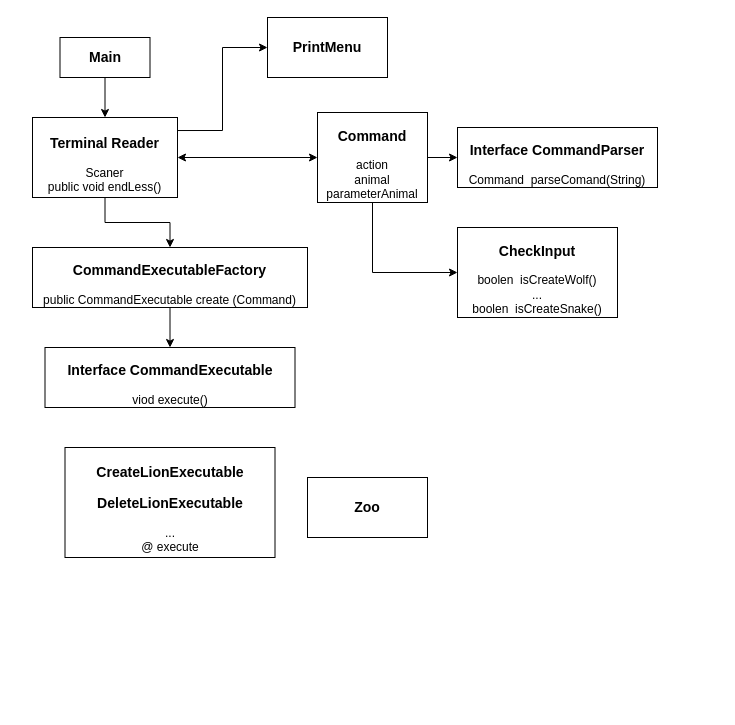
The draw.io diagram HomeWork02/Drawio.drawio in Den-m1985/OOP_GB_Java, before the edit. Source tidied: cells renumbered, new cells numbered last; positions are measured from the earlier drawing's top-left corner, leaving out a move shared by most shapes. Both pictures are drawn from the tidied source at 100%, with x=0, y=0 at pixel (32, 17).
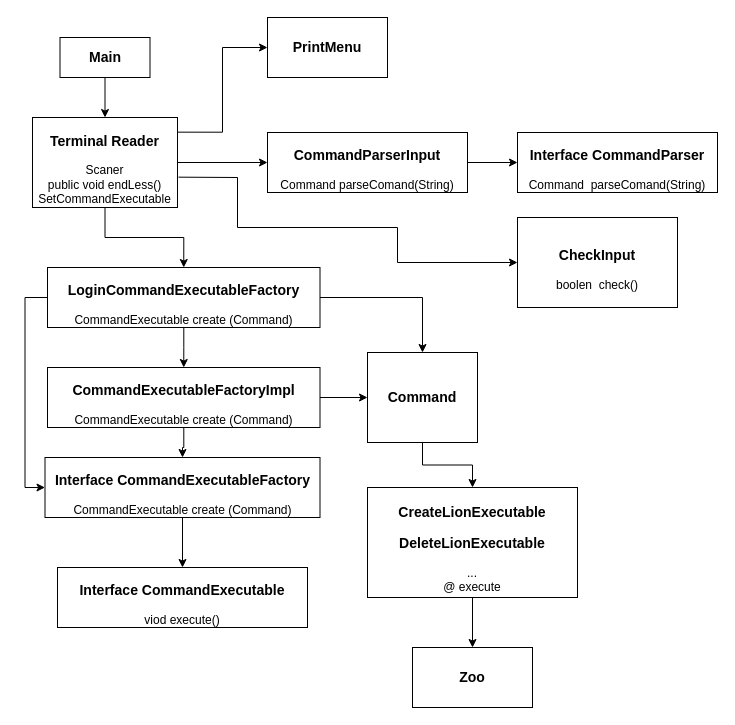
Above is the later version.

Diff of the diagram source:
```diff
@@
-    <mxCell id="4" style="edgeStyle=orthogonalEdgeStyle;rounded=0;jettySize=auto;html=1;entryX=0.5;entryY=0;entryDx=0;entryDy=0;fontColor=#000000;" parent="1" edge="1" source="6" target="9">
-      <mxGeometry relative="1" as="geometry" />
-    </mxCell>
@@
+    <mxCell id="19" style="edgeStyle=orthogonalEdgeStyle;rounded=0;jettySize=auto;html=1;entryX=0.5;entryY=0;entryDx=0;entryDy=0;fontSize=14;" parent="1" edge="1" source="6" target="29">
+      <mxGeometry relative="1" as="geometry" />
+    </mxCell>
+    <mxCell id="20" style="edgeStyle=orthogonalEdgeStyle;rounded=0;jettySize=auto;html=1;entryX=0;entryY=0.5;entryDx=0;entryDy=0;" parent="1" edge="1" source="6" target="24">
+      <mxGeometry relative="1" as="geometry" />
+    </mxCell>
-    <mxCell id="6" value="&lt;h3&gt;Terminal Reader&lt;/h3&gt;Scaner&lt;br&gt;public void endLess()" style="rounded=0;whiteSpace=wrap;html=1;" parent="1" vertex="1">
-      <mxGeometry y="100" width="145" height="80" as="geometry" />
+    <mxCell id="6" value="&lt;h3&gt;Terminal Reader&lt;/h3&gt;Scaner&lt;br&gt;public void endLess()&lt;br&gt;SetCommandExecutable" style="rounded=0;whiteSpace=wrap;html=1;" parent="1" vertex="1">
+      <mxGeometry y="100" width="145" height="90" as="geometry" />
     </mxCell>
     <mxCell id="7" value="&lt;h3&gt;Interface CommandParser&lt;/h3&gt;Command&amp;nbsp; parseComand(String)" style="rounded=0;whiteSpace=wrap;html=1;fontColor=#000000;" parent="1" vertex="1">
-      <mxGeometry x="425" y="110" width="200" height="60" as="geometry" />
+      <mxGeometry x="485" y="115" width="200" height="60" as="geometry" />
     </mxCell>
@@
-    <mxCell id="9" value="&lt;h3&gt;CommandExecutableFactory&lt;/h3&gt;public CommandExecutable create (Command)" style="rounded=0;whiteSpace=wrap;html=1;fontColor=#000000;" parent="1" vertex="1">
-      <mxGeometry y="230" width="275" height="60" as="geometry" />
+    <mxCell id="9" value="&lt;h3 style=&quot;font-size: 14px;&quot;&gt;&lt;span style=&quot;background-color: initial;&quot;&gt;Interface&lt;/span&gt;&amp;nbsp;CommandExecutableFactory&lt;/h3&gt;CommandExecutable create (Command)" style="rounded=0;whiteSpace=wrap;html=1;fontColor=#000000;" parent="1" vertex="1">
+      <mxGeometry x="12.5" y="440" width="275" height="60" as="geometry" />
     </mxCell>
     <mxCell id="10" value="&lt;h3&gt;Interface CommandExecutable&lt;/h3&gt;viod execute()" style="rounded=0;whiteSpace=wrap;html=1;fontColor=#000000;" parent="1" vertex="1">
-      <mxGeometry x="12.5" y="330" width="250" height="60" as="geometry" />
+      <mxGeometry x="25" y="550" width="250" height="60" as="geometry" />
     </mxCell>
+    <mxCell id="21" style="edgeStyle=orthogonalEdgeStyle;rounded=0;jettySize=auto;html=1;" parent="1" edge="1" source="11" target="15">
+      <mxGeometry relative="1" as="geometry" />
+    </mxCell>
     <mxCell id="11" value="&lt;h3&gt;CreateLionExecutable&lt;/h3&gt;&lt;div&gt;&lt;h3&gt;DeleteLionExecutable&lt;/h3&gt;&lt;/div&gt;&lt;div&gt;...&lt;/div&gt;@ execute" style="rounded=0;whiteSpace=wrap;html=1;fontColor=#000000;" parent="1" vertex="1">
-      <mxGeometry x="32.5" y="430" width="210" height="110" as="geometry" />
+      <mxGeometry x="335" y="470" width="210" height="110" as="geometry" />
     </mxCell>
-    <mxCell id="12" style="edgeStyle=orthogonalEdgeStyle;rounded=0;jettySize=auto;html=1;entryX=0;entryY=0.5;entryDx=0;entryDy=0;fontColor=#000000;" parent="1" edge="1" source="13" target="7">
-      <mxGeometry relative="1" as="geometry" />
-    </mxCell>
+    <mxCell id="22" style="edgeStyle=orthogonalEdgeStyle;rounded=0;jettySize=auto;html=1;entryX=0.5;entryY=0;entryDx=0;entryDy=0;" parent="1" edge="1" source="13" target="11">
+      <mxGeometry relative="1" as="geometry" />
+    </mxCell>
-    <mxCell id="13" value="&lt;h3&gt;Command&lt;/h3&gt;action&lt;br&gt;animal&lt;br&gt;parameterAnimal" style="rounded=0;whiteSpace=wrap;html=1;strokeColor=default;fontColor=#000000;fillColor=none;" parent="1" vertex="1">
-      <mxGeometry x="285" y="95" width="110" height="90" as="geometry" />
+    <mxCell id="13" value="&lt;h3&gt;Command&lt;/h3&gt;" style="rounded=0;whiteSpace=wrap;html=1;strokeColor=default;fontColor=#000000;fillColor=none;" parent="1" vertex="1">
+      <mxGeometry x="335" y="335" width="110" height="90" as="geometry" />
     </mxCell>
@@
     <mxCell id="15" value="&lt;h3&gt;Zoo&lt;/h3&gt;" style="rounded=0;whiteSpace=wrap;html=1;strokeColor=default;fontColor=#000000;fillColor=none;" parent="1" vertex="1">
-      <mxGeometry x="275" y="460" width="120" height="60" as="geometry" />
+      <mxGeometry x="380" y="630" width="120" height="60" as="geometry" />
     </mxCell>
-    <mxCell id="16" value="&lt;h3&gt;CheckInput&lt;/h3&gt;boolen&amp;nbsp; isCreateWolf()&lt;br&gt;...&lt;br&gt;boolen&amp;nbsp; isCreateSnake()" style="rounded=0;whiteSpace=wrap;html=1;strokeColor=default;fontColor=#000000;fillColor=none;" parent="1" vertex="1">
-      <mxGeometry x="425" y="210" width="160" height="90" as="geometry" />
+    <mxCell id="16" value="&lt;h3&gt;CheckInput&lt;/h3&gt;boolen&amp;nbsp; check()" style="rounded=0;whiteSpace=wrap;html=1;strokeColor=default;fontColor=#000000;fillColor=none;" parent="1" vertex="1">
+      <mxGeometry x="485" y="200" width="160" height="90" as="geometry" />
     </mxCell>
-    <mxCell id="17" style="endArrow=classic;html=1;rounded=0;fontColor=#000000;entryX=0;entryY=0.5;entryDx=0;entryDy=0;exitX=0.5;exitY=1;exitDx=0;exitDy=0;" parent="1" edge="1" source="13" target="16">
+    <mxCell id="17" style="endArrow=classic;html=1;rounded=0;fontColor=#000000;entryX=0;entryY=0.5;entryDx=0;entryDy=0;exitX=1.007;exitY=0.663;exitDx=0;exitDy=0;exitPerimeter=0;" parent="1" edge="1" source="6" target="16">
       <mxGeometry relative="1" as="geometry">
         <Array as="points">
-          <mxPoint x="340" y="255" />
+          <mxPoint x="205" y="160" />
+          <mxPoint x="205" y="210" />
+          <mxPoint x="365" y="210" />
+          <mxPoint x="365" y="245" />
         </Array>
       </mxGeometry>
     </mxCell>
-    <mxCell id="18" style="endArrow=classic;startArrow=classic;html=1;rounded=0;fontColor=#000000;entryX=0;entryY=0.5;entryDx=0;entryDy=0;exitX=1;exitY=0.5;exitDx=0;exitDy=0;" parent="1" edge="1" source="6" target="13">
-      <mxGeometry relative="1" as="geometry" />
-    </mxCell>
+    <mxCell id="23" style="edgeStyle=orthogonalEdgeStyle;rounded=0;jettySize=auto;html=1;entryX=0;entryY=0.5;entryDx=0;entryDy=0;" parent="1" edge="1" source="24" target="7">
+      <mxGeometry relative="1" as="geometry" />
+    </mxCell>
+    <mxCell id="24" value="&lt;h3&gt;CommandParserInput&lt;/h3&gt;Command parseComand(String)" style="rounded=0;whiteSpace=wrap;html=1;" parent="1" vertex="1">
+      <mxGeometry x="235" y="115" width="200" height="60" as="geometry" />
+    </mxCell>
+    <mxCell id="25" style="edgeStyle=orthogonalEdgeStyle;rounded=0;jettySize=auto;html=1;entryX=0.5;entryY=0;entryDx=0;entryDy=0;fontSize=14;startArrow=none;" parent="1" edge="1" source="31" target="9">
+      <mxGeometry relative="1" as="geometry" />
+    </mxCell>
+    <mxCell id="26" style="edgeStyle=orthogonalEdgeStyle;rounded=0;jettySize=auto;html=1;entryX=0.5;entryY=0;entryDx=0;entryDy=0;" parent="1" edge="1" source="29" target="31">
+      <mxGeometry relative="1" as="geometry" />
+    </mxCell>
+    <mxCell id="27" style="edgeStyle=orthogonalEdgeStyle;rounded=0;jettySize=auto;html=1;entryX=0;entryY=0.5;entryDx=0;entryDy=0;exitX=0;exitY=0.5;exitDx=0;exitDy=0;" parent="1" edge="1" source="29" target="9">
+      <mxGeometry relative="1" as="geometry" />
+    </mxCell>
+    <mxCell id="28" style="edgeStyle=orthogonalEdgeStyle;rounded=0;jettySize=auto;html=1;" parent="1" edge="1" source="29" target="13">
+      <mxGeometry relative="1" as="geometry" />
+    </mxCell>
+    <mxCell id="29" value="&lt;h3&gt;LoginCommandExecutableFactory&lt;/h3&gt;CommandExecutable create (Command)" style="rounded=0;whiteSpace=wrap;html=1;" parent="1" vertex="1">
+      <mxGeometry x="15" y="250" width="272.5" height="60" as="geometry" />
+    </mxCell>
+    <mxCell id="30" style="edgeStyle=orthogonalEdgeStyle;rounded=0;jettySize=auto;html=1;entryX=0;entryY=0.5;entryDx=0;entryDy=0;" parent="1" edge="1" source="31" target="13">
+      <mxGeometry relative="1" as="geometry" />
+    </mxCell>
+    <mxCell id="31" value="&lt;h3&gt;CommandExecutableFactoryImpl&lt;/h3&gt;CommandExecutable create (Command)" style="rounded=0;whiteSpace=wrap;html=1;" parent="1" vertex="1">
+      <mxGeometry x="15" y="350" width="272.5" height="60" as="geometry" />
+    </mxCell>
```
